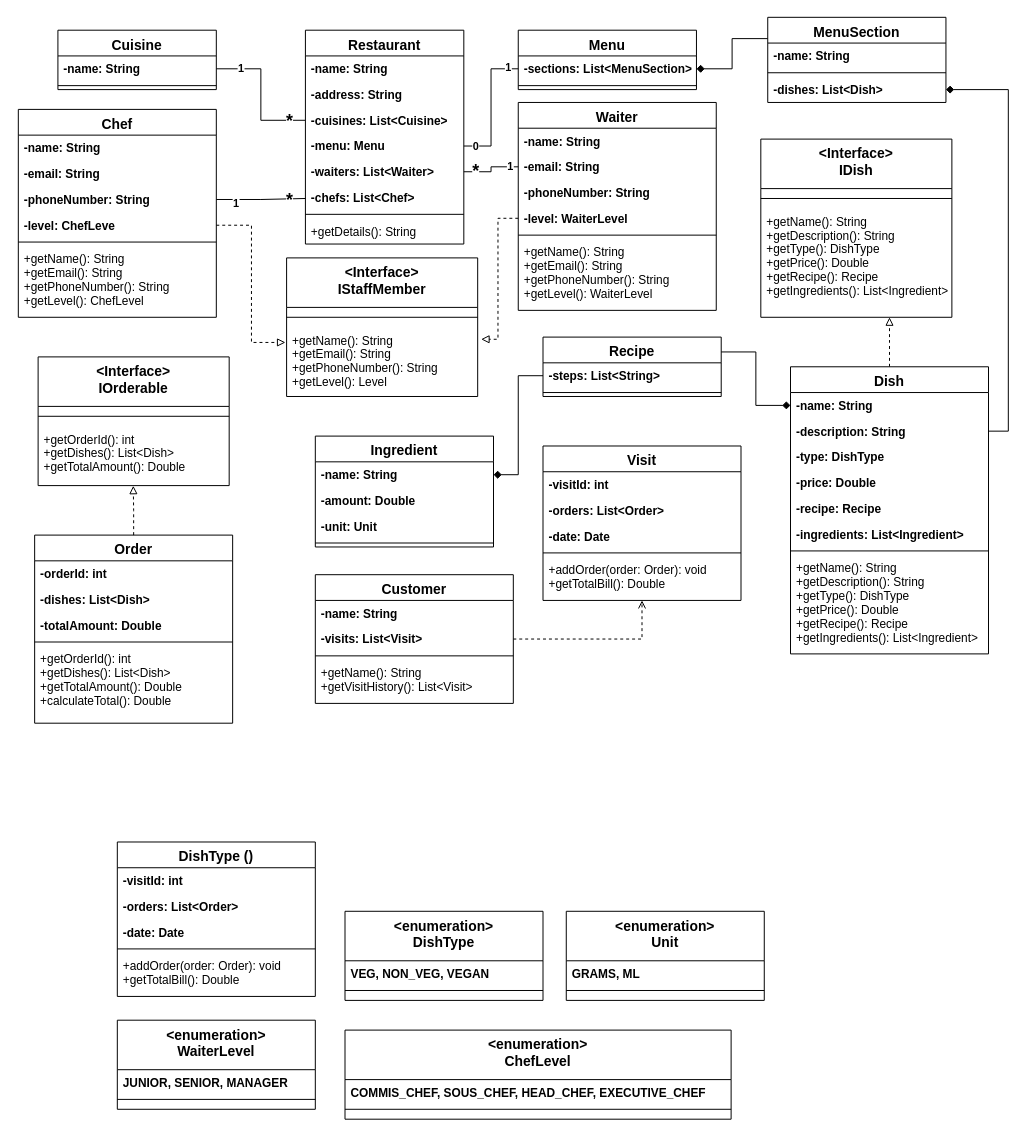
Earlier version of the draw.io diagram Restaurant Management System Class Diagram.drawio (geeky-sanjay/class-diagrams). Source tidied: cells renumbered, new cells numbered last; positions are measured from the earlier drawing's top-left corner, leaving out a move shared by most shapes. Both pictures are drawn from the tidied source at 99%, with x=0, y=0 at pixel (18, 17).
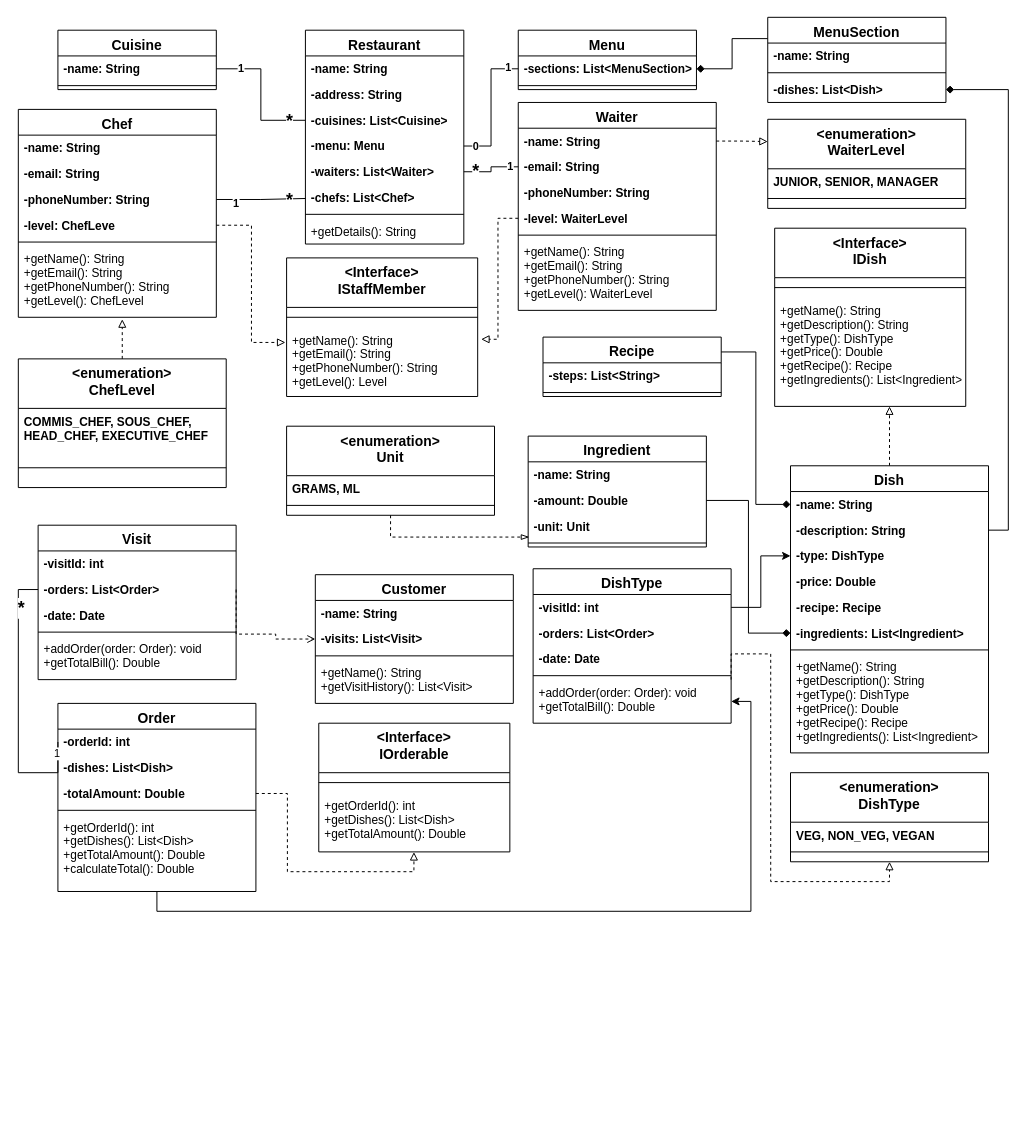
The same page after the edit.

The change refers to these unchanged cells:
```xml
<mxCell id="18" value="-name: String " style="text;align=left;verticalAlign=top;spacingLeft=4;spacingRight=4;overflow=hidden;points=[[0,0.5],[1,0.5]];portConstraint=eastwest;fontStyle=1;" parent="17" vertex="1">
  <mxGeometry y="26" width="180" height="26" as="geometry" />
</mxCell>
<mxCell id="19" value="-amount: Double " style="text;align=left;verticalAlign=top;spacingLeft=4;spacingRight=4;overflow=hidden;points=[[0,0.5],[1,0.5]];portConstraint=eastwest;fontStyle=1;" parent="17" vertex="1">
  <mxGeometry y="52" width="180" height="26" as="geometry" />
</mxCell>
<mxCell id="20" value="-unit: Unit" style="text;align=left;verticalAlign=top;spacingLeft=4;spacingRight=4;overflow=hidden;points=[[0,0.5],[1,0.5]];portConstraint=eastwest;fontStyle=1;" parent="17" vertex="1">
  <mxGeometry y="78" width="180" height="26" as="geometry" />
</mxCell>
<mxCell id="29" value="-type: DishType " style="text;align=left;verticalAlign=top;spacingLeft=4;spacingRight=4;overflow=hidden;points=[[0,0.5],[1,0.5]];portConstraint=eastwest;rounded=0;shadow=0;html=0;fontStyle=1;" parent="26" vertex="1">
  <mxGeometry y="78" width="200" height="26" as="geometry" />
</mxCell>
<mxCell id="32" value="-ingredients: List&lt;Ingredient&gt;" style="text;align=left;verticalAlign=top;spacingLeft=4;spacingRight=4;overflow=hidden;points=[[0,0.5],[1,0.5]];portConstraint=eastwest;fontStyle=1;" parent="26" vertex="1">
  <mxGeometry y="156" width="200" height="26" as="geometry" />
</mxCell>
<mxCell id="40" value="-steps: List&lt;String&gt;" style="text;align=left;verticalAlign=top;spacingLeft=4;spacingRight=4;overflow=hidden;points=[[0,0.5],[1,0.5]];portConstraint=eastwest;fontStyle=1;" parent="39" vertex="1">
  <mxGeometry y="26" width="180" height="26" as="geometry" />
</mxCell>
<mxCell id="46" value="-name: String " style="text;align=left;verticalAlign=top;spacingLeft=4;spacingRight=4;overflow=hidden;points=[[0,0.5],[1,0.5]];portConstraint=eastwest;fontStyle=1;" parent="45" vertex="1">
  <mxGeometry y="26" width="200" height="26" as="geometry" />
</mxCell>
<mxCell id="61" value="+getOrderId(): int   &#10;+getDishes(): List&lt;Dish&gt; &#10;+getTotalAmount(): Double" style="text;align=left;verticalAlign=top;spacingLeft=4;spacingRight=4;overflow=hidden;points=[[0,0.5],[1,0.5]];portConstraint=eastwest;fontStyle=0;" parent="59" vertex="1">
  <mxGeometry y="70" width="193" height="60" as="geometry" />
</mxCell>
<mxCell id="63" value="-orderId: int        &#10;" style="text;align=left;verticalAlign=top;spacingLeft=4;spacingRight=4;overflow=hidden;points=[[0,0.5],[1,0.5]];portConstraint=eastwest;fontStyle=1;" parent="62" vertex="1">
  <mxGeometry y="26" width="200" height="26" as="geometry" />
</mxCell>
<mxCell id="65" value="-totalAmount: Double " style="text;align=left;verticalAlign=top;spacingLeft=4;spacingRight=4;overflow=hidden;points=[[0,0.5],[1,0.5]];portConstraint=eastwest;rounded=0;shadow=0;html=0;fontStyle=1;" parent="62" vertex="1">
  <mxGeometry y="78" width="200" height="26" as="geometry" />
</mxCell>
<mxCell id="70" value="-visits: List&lt;Visit&gt;" style="text;align=left;verticalAlign=top;spacingLeft=4;spacingRight=4;overflow=hidden;points=[[0,0.5],[1,0.5]];portConstraint=eastwest;rounded=0;shadow=0;html=0;fontStyle=1;" parent="68" vertex="1">
  <mxGeometry y="52" width="200" height="26" as="geometry" />
</mxCell>
<mxCell id="75" value="-orders: List&lt;Order&gt;" style="text;align=left;verticalAlign=top;spacingLeft=4;spacingRight=4;overflow=hidden;points=[[0,0.5],[1,0.5]];portConstraint=eastwest;rounded=0;shadow=0;html=0;fontStyle=1;" parent="73" vertex="1">
  <mxGeometry y="52" width="200" height="26" as="geometry" />
</mxCell>
<mxCell id="80" value="-visitId: int&#10;" style="text;align=left;verticalAlign=top;spacingLeft=4;spacingRight=4;overflow=hidden;points=[[0,0.5],[1,0.5]];portConstraint=eastwest;fontStyle=1;" parent="79" vertex="1">
  <mxGeometry y="26" width="200" height="26" as="geometry" />
</mxCell>
<mxCell id="84" value="+addOrder(order: Order): void &#10;+getTotalBill(): Double" style="text;align=left;verticalAlign=top;spacingLeft=4;spacingRight=4;overflow=hidden;points=[[0,0.5],[1,0.5]];portConstraint=eastwest;rounded=0;shadow=0;html=0;" parent="79" vertex="1">
  <mxGeometry y="112" width="200" height="44" as="geometry" />
</mxCell>
```

The edit, as a diff of the source:
```diff
@@
     <mxCell id="17" value="Ingredient" style="swimlane;fontStyle=1;align=center;verticalAlign=top;horizontal=1;startSize=26;rounded=0;shadow=0;strokeWidth=1;fontSize=14;" parent="1" vertex="1">
-      <mxGeometry x="300" y="423" width="180" height="112" as="geometry" />
+      <mxGeometry x="515" y="423" width="180" height="112" as="geometry" />
     </mxCell>
@@
     <mxCell id="22" value="&lt;Interface&gt;&#10;IDish" style="swimlane;fontStyle=1;align=center;verticalAlign=top;horizontal=1;startSize=50;rounded=0;shadow=0;strokeWidth=1;fontSize=14;" parent="1" vertex="1">
-      <mxGeometry x="750" y="123" width="193" height="180" as="geometry" />
+      <mxGeometry x="764" y="213" width="193" height="180" as="geometry" />
     </mxCell>
@@
-    <mxCell id="25" style="edgeStyle=orthogonalEdgeStyle;rounded=0;jettySize=auto;html=1;exitX=0.5;exitY=0;exitDx=0;exitDy=0;endArrow=block;endFill=0;dashed=1;" parent="1" edge="1" source="26">
-      <mxGeometry relative="1" as="geometry">
-        <mxPoint x="880" y="303" as="targetPoint" />
-      </mxGeometry>
-    </mxCell>
+    <mxCell id="118" style="edgeStyle=orthogonalEdgeStyle;rounded=0;jettySize=auto;html=1;endArrow=block;endFill=0;dashed=1;" parent="1" edge="1" source="26">
+      <mxGeometry relative="1" as="geometry">
+        <mxPoint x="880" y="393" as="targetPoint" />
+      </mxGeometry>
+    </mxCell>
     <mxCell id="26" value="Dish" style="swimlane;fontStyle=1;align=center;verticalAlign=top;horizontal=1;startSize=26;rounded=0;shadow=0;strokeWidth=1;fontSize=14;" parent="1" vertex="1">
-      <mxGeometry x="780" y="353" width="200" height="290" as="geometry" />
+      <mxGeometry x="780" y="453" width="200" height="290" as="geometry" />
     </mxCell>
@@
     <mxCell id="59" value="&lt;Interface&gt;&#10;IOrderable" style="swimlane;fontStyle=1;align=center;verticalAlign=top;horizontal=1;startSize=50;rounded=0;shadow=0;strokeWidth=1;fontSize=14;" parent="1" vertex="1">
-      <mxGeometry x="20" y="343" width="193" height="130" as="geometry" />
+      <mxGeometry x="303.5" y="713" width="193" height="130" as="geometry" />
     </mxCell>
@@
+    <mxCell id="119" style="edgeStyle=orthogonalEdgeStyle;rounded=0;jettySize=auto;html=1;exitX=0.5;exitY=1;exitDx=0;exitDy=0;entryX=1;entryY=0.5;entryDx=0;entryDy=0;" parent="1" edge="1" source="62" target="84">
+      <mxGeometry relative="1" as="geometry" />
+    </mxCell>
     <mxCell id="62" value="Order" style="swimlane;fontStyle=1;align=center;verticalAlign=top;horizontal=1;startSize=26;rounded=0;shadow=0;strokeWidth=1;fontSize=14;" parent="1" vertex="1">
-      <mxGeometry x="16.5" y="523" width="200" height="190" as="geometry" />
+      <mxGeometry x="40" y="693" width="200" height="190" as="geometry" />
     </mxCell>
@@
     <mxCell id="73" value="Visit" style="swimlane;fontStyle=1;align=center;verticalAlign=top;horizontal=1;startSize=26;rounded=0;shadow=0;strokeWidth=1;fontSize=14;" parent="1" vertex="1">
-      <mxGeometry x="530" y="433" width="200" height="156" as="geometry" />
+      <mxGeometry x="20" y="513" width="200" height="156" as="geometry" />
     </mxCell>
@@
+    <mxCell id="120" style="edgeStyle=orthogonalEdgeStyle;rounded=0;jettySize=auto;html=1;entryX=0.5;entryY=1;entryDx=0;entryDy=0;endArrow=block;endFill=0;dashed=1;" parent="1" edge="1" source="84" target="85">
+      <mxGeometry relative="1" as="geometry">
+        <Array as="points">
+          <mxPoint x="720" y="643" />
+          <mxPoint x="760" y="643" />
+          <mxPoint x="760" y="873" />
+          <mxPoint x="880" y="873" />
+        </Array>
+      </mxGeometry>
+    </mxCell>
-    <mxCell id="79" value="DishType ()" style="swimlane;fontStyle=1;align=center;verticalAlign=top;horizontal=1;startSize=26;rounded=0;shadow=0;strokeWidth=1;fontSize=14;" parent="1" vertex="1">
-      <mxGeometry x="100" y="833" width="200" height="156" as="geometry" />
+    <mxCell id="79" value="DishType" style="swimlane;fontStyle=1;align=center;verticalAlign=top;horizontal=1;startSize=26;rounded=0;shadow=0;strokeWidth=1;fontSize=14;" parent="1" vertex="1">
+      <mxGeometry x="520" y="557" width="200" height="156" as="geometry" />
     </mxCell>
@@
     <mxCell id="85" value="&lt;enumeration&gt;&#10;DishType" style="swimlane;fontStyle=1;align=center;verticalAlign=top;horizontal=1;startSize=50;rounded=0;shadow=0;strokeWidth=1;fontSize=14;" parent="1" vertex="1">
-      <mxGeometry x="330" y="903" width="200" height="90" as="geometry" />
+      <mxGeometry x="780" y="763" width="200" height="90" as="geometry" />
     </mxCell>
@@
     <mxCell id="88" value="&lt;enumeration&gt;&#10;Unit" style="swimlane;fontStyle=1;align=center;verticalAlign=top;horizontal=1;startSize=50;rounded=0;shadow=0;strokeWidth=1;fontSize=14;" parent="1" vertex="1">
-      <mxGeometry x="553.5" y="903" width="200" height="90" as="geometry" />
+      <mxGeometry x="271" y="413" width="210" height="90" as="geometry" />
     </mxCell>
     <mxCell id="89" value="GRAMS, ML &#10;" style="text;align=left;verticalAlign=top;spacingLeft=4;spacingRight=4;overflow=hidden;fontStyle=1;" parent="88" vertex="1">
-      <mxGeometry y="50" width="200" height="26" as="geometry" />
+      <mxGeometry y="50" width="210" height="26" as="geometry" />
     </mxCell>
     <mxCell id="90" style="line;html=1;strokeWidth=1;align=left;verticalAlign=middle;spacingTop=-1;spacingLeft=3;spacingRight=3;labelPosition=right;" parent="88" vertex="1">
-      <mxGeometry y="76" width="200" height="8" as="geometry" />
+      <mxGeometry y="76" width="210" height="8" as="geometry" />
     </mxCell>
     <mxCell id="91" value="&lt;enumeration&gt;&#10;WaiterLevel" style="swimlane;fontStyle=1;align=center;verticalAlign=top;horizontal=1;startSize=50;rounded=0;shadow=0;strokeWidth=1;fontSize=14;" parent="1" vertex="1">
-      <mxGeometry x="100" y="1013" width="200" height="90" as="geometry" />
+      <mxGeometry x="757" y="103" width="200" height="90" as="geometry" />
     </mxCell>
@@
+    <mxCell id="121" style="edgeStyle=orthogonalEdgeStyle;rounded=0;jettySize=auto;html=1;exitX=0.5;exitY=0;exitDx=0;exitDy=0;endArrow=block;endFill=0;dashed=1;" parent="1" edge="1" source="94">
+      <mxGeometry relative="1" as="geometry">
+        <mxPoint x="105" y="305" as="targetPoint" />
+      </mxGeometry>
+    </mxCell>
     <mxCell id="94" value="&lt;enumeration&gt;&#10;ChefLevel" style="swimlane;fontStyle=1;align=center;verticalAlign=top;horizontal=1;startSize=50;rounded=0;shadow=0;strokeWidth=1;fontSize=14;" parent="1" vertex="1">
-      <mxGeometry x="330" y="1023" width="390" height="90" as="geometry" />
+      <mxGeometry y="345" width="210" height="130" as="geometry" />
     </mxCell>
-    <mxCell id="95" value="COMMIS_CHEF, SOUS_CHEF, HEAD_CHEF, EXECUTIVE_CHEF&#10;" style="text;align=left;verticalAlign=top;spacingLeft=4;spacingRight=4;overflow=hidden;fontStyle=1;" parent="94" vertex="1">
-      <mxGeometry y="50" width="390" height="26" as="geometry" />
+    <mxCell id="95" value="COMMIS_CHEF, SOUS_CHEF, &#10;HEAD_CHEF, EXECUTIVE_CHEF&#10;" style="text;align=left;verticalAlign=top;spacingLeft=4;spacingRight=4;overflow=hidden;fontStyle=1;" parent="94" vertex="1">
+      <mxGeometry y="50" width="210" height="50" as="geometry" />
     </mxCell>
     <mxCell id="96" style="line;html=1;strokeWidth=1;align=left;verticalAlign=middle;spacingTop=-1;spacingLeft=3;spacingRight=3;labelPosition=right;" parent="94" vertex="1">
-      <mxGeometry y="76" width="390" height="8" as="geometry" />
+      <mxGeometry y="100" width="210" height="20" as="geometry" />
     </mxCell>
@@
-    <mxCell id="111" style="edgeStyle=orthogonalEdgeStyle;rounded=0;jettySize=auto;html=1;entryX=1;entryY=0.5;entryDx=0;entryDy=0;endArrow=diamond;endFill=1;" parent="1" edge="1" source="40" target="18">
-      <mxGeometry relative="1" as="geometry" />
-    </mxCell>
@@
-    <mxCell id="116" style="edgeStyle=orthogonalEdgeStyle;rounded=0;jettySize=auto;html=1;exitX=1;exitY=0.5;exitDx=0;exitDy=0;entryX=0.5;entryY=1;entryDx=0;entryDy=0;endArrow=open;endFill=0;dashed=1;" parent="1" edge="1" source="70" target="73">
-      <mxGeometry relative="1" as="geometry" />
-    </mxCell>
-    <mxCell id="117" style="edgeStyle=orthogonalEdgeStyle;rounded=0;jettySize=auto;html=1;exitX=0.5;exitY=0;exitDx=0;exitDy=0;entryX=0.498;entryY=1.003;entryDx=0;entryDy=0;entryPerimeter=0;endArrow=block;endFill=0;dashed=1;" parent="1" edge="1" source="62" target="61">
+    <mxCell id="117" style="edgeStyle=orthogonalEdgeStyle;rounded=0;jettySize=auto;html=1;exitX=1;exitY=0.5;exitDx=0;exitDy=0;entryX=0.498;entryY=1.003;entryDx=0;entryDy=0;entryPerimeter=0;endArrow=block;endFill=0;dashed=1;" parent="1" edge="1" source="65" target="61">
       <mxGeometry relative="1" as="geometry" />
     </mxCell>
+    <mxCell id="122" style="edgeStyle=orthogonalEdgeStyle;rounded=0;jettySize=auto;html=1;exitX=1;exitY=0.5;exitDx=0;exitDy=0;entryX=0;entryY=0.25;entryDx=0;entryDy=0;endArrow=block;endFill=0;dashed=1;" parent="1" edge="1" source="46" target="91">
+      <mxGeometry relative="1" as="geometry" />
+    </mxCell>
+    <mxCell id="123" style="edgeStyle=orthogonalEdgeStyle;rounded=0;jettySize=auto;html=1;exitX=1;exitY=0.5;exitDx=0;exitDy=0;entryX=0;entryY=0.5;entryDx=0;entryDy=0;endArrow=open;endFill=0;dashed=1;" parent="1" edge="1" source="75" target="70">
+      <mxGeometry relative="1" as="geometry">
+        <Array as="points">
+          <mxPoint x="220" y="623" />
+          <mxPoint x="260" y="623" />
+          <mxPoint x="260" y="628" />
+        </Array>
+      </mxGeometry>
+    </mxCell>
+    <mxCell id="124" style="edgeStyle=orthogonalEdgeStyle;rounded=0;jettySize=auto;html=1;exitX=0.5;exitY=1;exitDx=0;exitDy=0;entryX=0.006;entryY=0.923;entryDx=0;entryDy=0;entryPerimeter=0;endArrow=blockThin;endFill=0;dashed=1;" parent="1" edge="1" source="88" target="20">
+      <mxGeometry relative="1" as="geometry" />
+    </mxCell>
+    <mxCell id="125" style="edgeStyle=orthogonalEdgeStyle;rounded=0;jettySize=auto;html=1;entryX=0;entryY=0.5;entryDx=0;entryDy=0;endArrow=none;endFill=0;exitX=0;exitY=0.5;exitDx=0;exitDy=0;" parent="1" edge="1" source="63" target="75">
+      <mxGeometry relative="1" as="geometry">
+        <Array as="points">
+          <mxPoint y="763" />
+          <mxPoint y="578" />
+        </Array>
+      </mxGeometry>
+    </mxCell>
+    <mxCell id="126" value="&lt;font style=&quot;font-size: 18px;&quot;&gt;*&lt;/font&gt;" style="edgeLabel;html=1;align=center;verticalAlign=middle;fontStyle=1;" parent="125" vertex="1">
+      <mxGeometry x="0.85" y="-2" relative="1" as="geometry">
+        <mxPoint y="17" as="offset" />
+      </mxGeometry>
+    </mxCell>
+    <mxCell id="127" value="1" style="edgeLabel;html=1;align=center;verticalAlign=middle;" parent="125" vertex="1">
+      <mxGeometry x="-0.92" y="-1" relative="1" as="geometry">
+        <mxPoint x="-1" as="offset" />
+      </mxGeometry>
+    </mxCell>
+    <mxCell id="128" style="edgeStyle=orthogonalEdgeStyle;rounded=0;jettySize=auto;html=1;exitX=1;exitY=0.5;exitDx=0;exitDy=0;entryX=0;entryY=0.5;entryDx=0;entryDy=0;" parent="1" edge="1" source="80" target="29">
+      <mxGeometry relative="1" as="geometry" />
+    </mxCell>
+    <mxCell id="129" style="edgeStyle=orthogonalEdgeStyle;rounded=0;jettySize=auto;html=1;exitX=1;exitY=0.5;exitDx=0;exitDy=0;entryX=0;entryY=0.5;entryDx=0;entryDy=0;endArrow=diamond;endFill=1;" parent="1" edge="1" source="19" target="32">
+      <mxGeometry relative="1" as="geometry" />
+    </mxCell>
```
